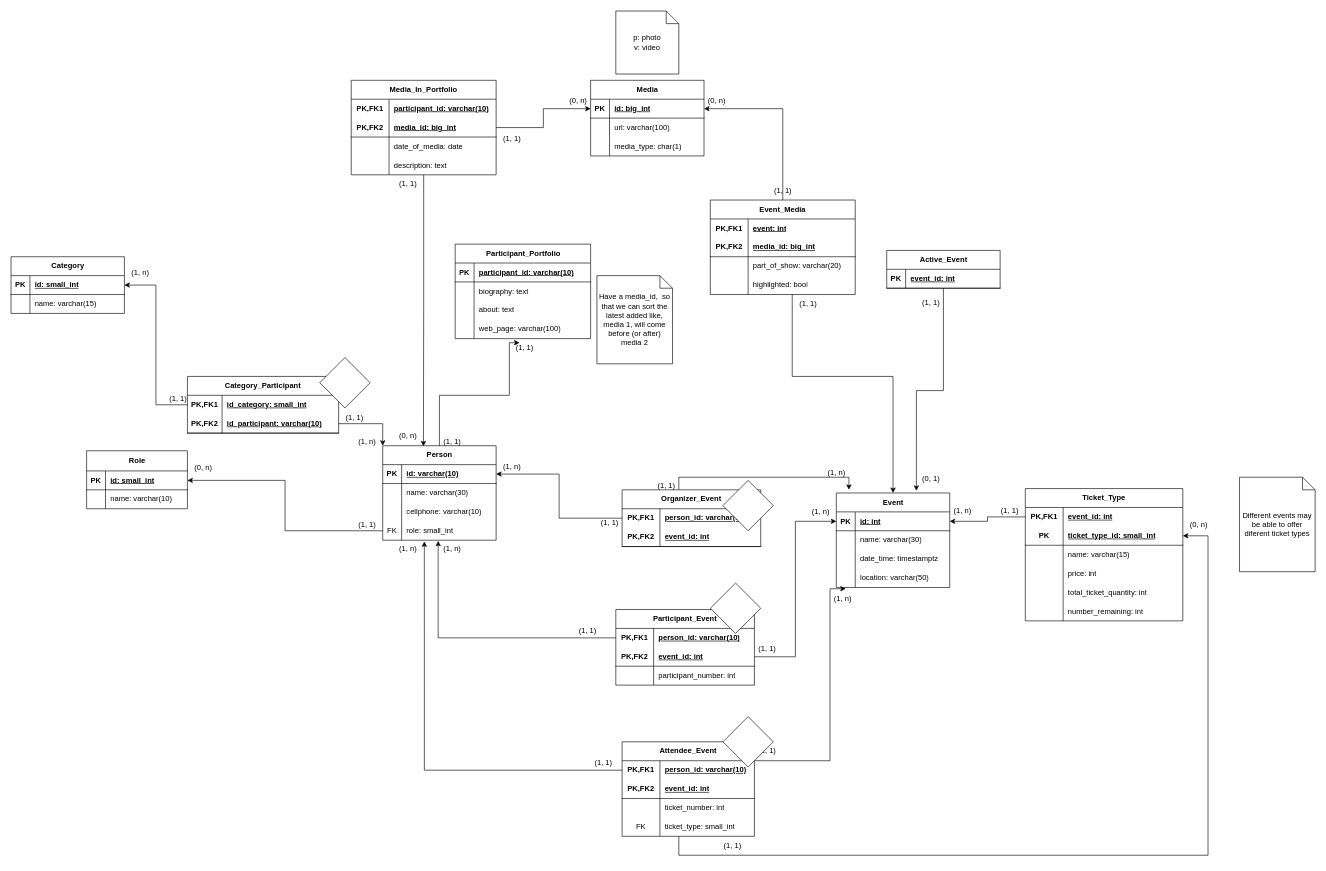
Before: DataBaseDiagram.drawio in Laughcheeta1/ImplementationMidterm, a draw.io diagram. Source tidied: cells renumbered, new cells numbered last; positions are measured from the earlier drawing's top-left corner, leaving out a move shared by most shapes. Both pictures are drawn from the tidied source at 63%, with x=0, y=0 at pixel (11, 11).
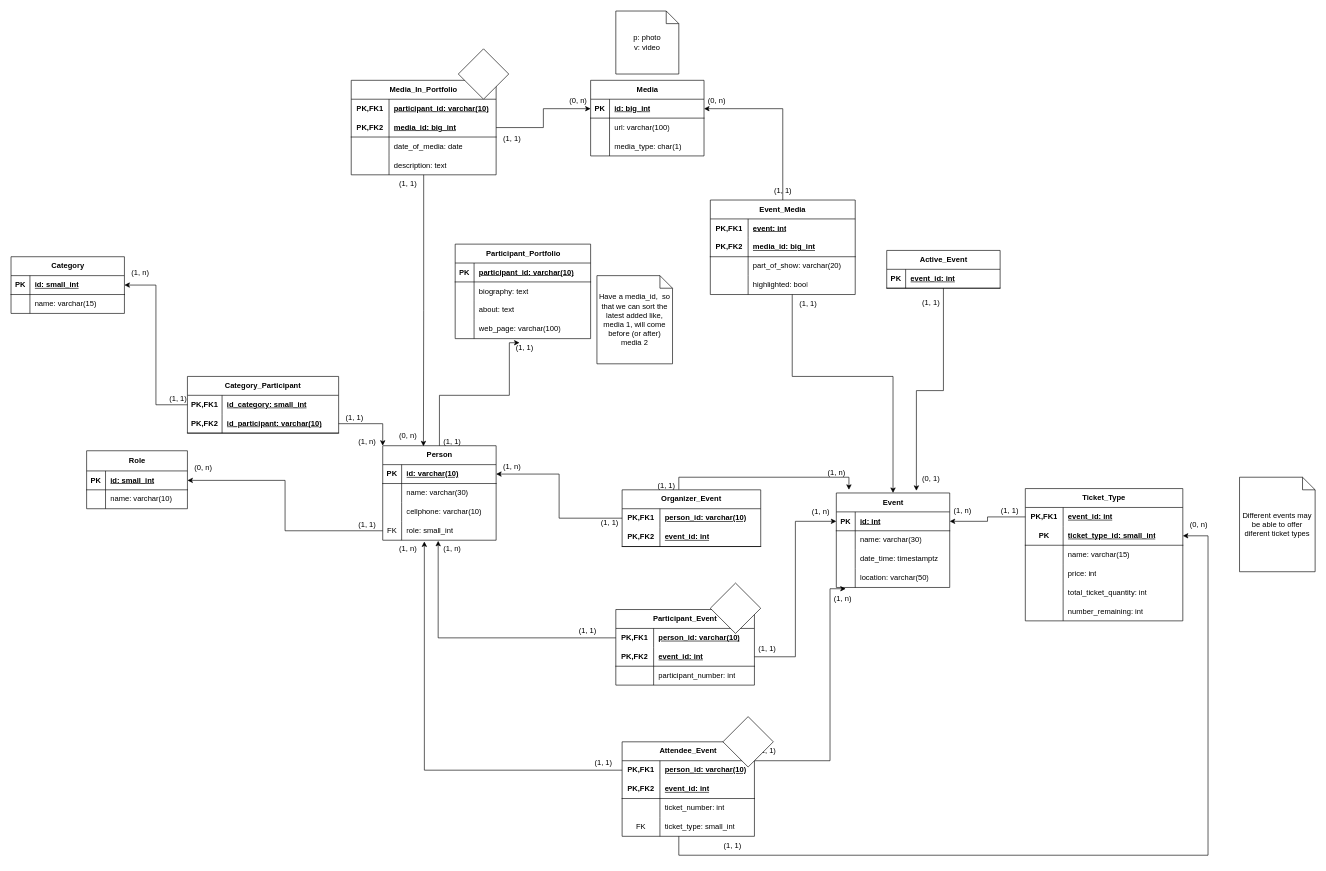
Above is the later version.

Change to the diagram source:
```diff
@@
-    <mxCell id="204" style="rhombus;whiteSpace=wrap;html=1;" parent="1" vertex="1">
-      <mxGeometry x="490" y="550" width="80" height="80" as="geometry" />
-    </mxCell>
-    <mxCell id="205" style="rhombus;whiteSpace=wrap;html=1;" parent="1" vertex="1">
-      <mxGeometry x="1130" y="745" width="80" height="80" as="geometry" />
-    </mxCell>
@@
+    <mxCell id="208" style="rhombus;whiteSpace=wrap;html=1;" parent="1" vertex="1">
+      <mxGeometry x="710" y="60" width="80" height="80" as="geometry" />
+    </mxCell>
```
